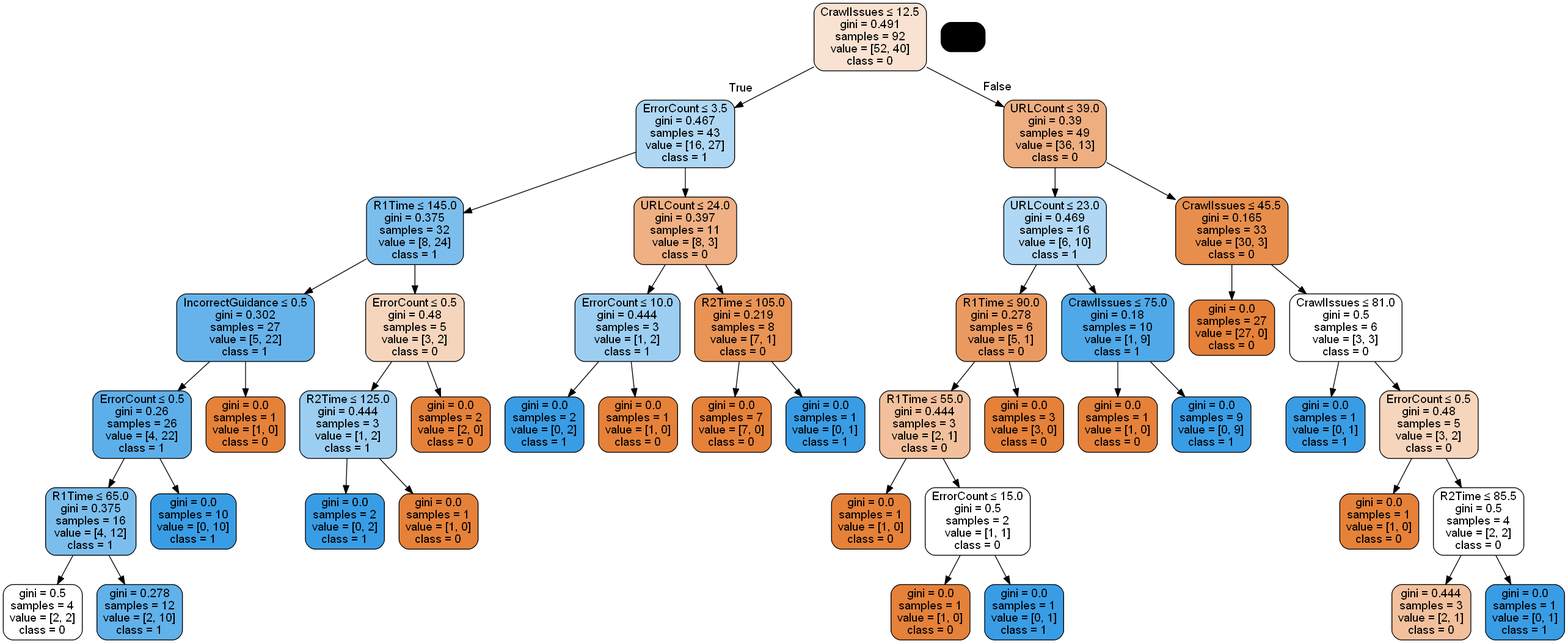
Above: tree.png in Yumil22/Curso_Python (Graphviz), before the change. Its source is kept beside it as tree.dot.
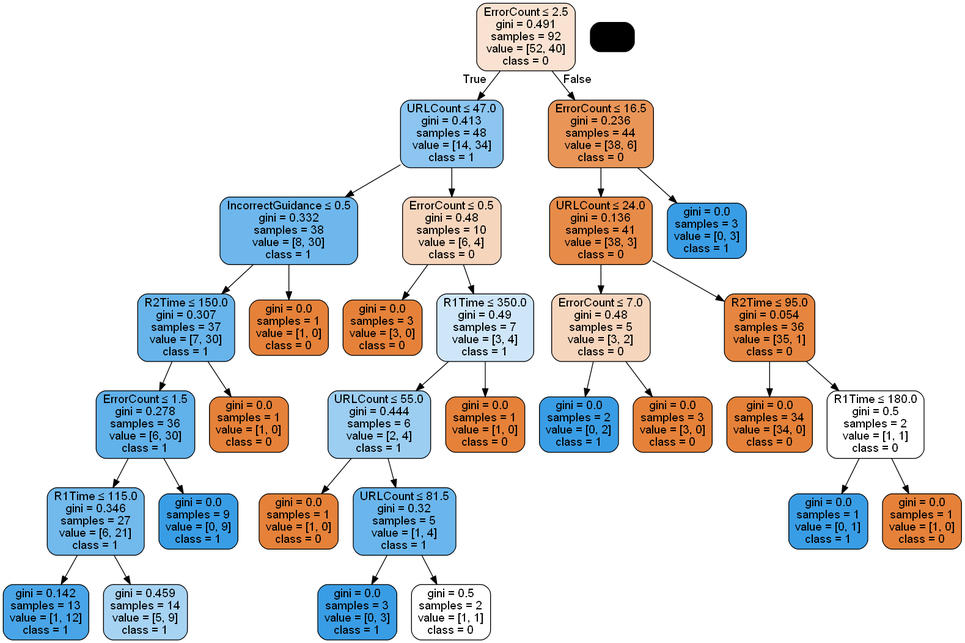
After the commit.

Diff of the diagram source:
```diff
@@ -1,100 +1,64 @@
 digraph Tree {
 node [shape=box] ;
-0 [label="URLCount <= 35.0\ngini = 0.491\nsamples = 92\nvalue = [52, 40]"] ;
-1 [label="R1Time <= 129.5\ngini = 0.429\nsamples = 45\nvalue = [14, 31]"] ;
+0 [label="ErrorCount <= 2.5\ngini = 0.491\nsamples = 92\nvalue = [52, 40]"] ;
+1 [label="URLCount <= 47.0\ngini = 0.413\nsamples = 48\nvalue = [14, 34]"] ;
 0 -> 1 [labeldistance=2.5, labelangle=45, headlabel="True"] ;
-2 [label="R1Time <= 115.0\ngini = 0.487\nsamples = 31\nvalue = [13, 18]"] ;
+2 [label="IncorrectGuidance <= 0.5\ngini = 0.332\nsamples = 38\nvalue = [8, 30]"] ;
 1 -> 2 ;
-3 [label="R2Time <= 35.0\ngini = 0.388\nsamples = 19\nvalue = [5, 14]"] ;
+3 [label="R2Time <= 150.0\ngini = 0.307\nsamples = 37\nvalue = [7, 30]"] ;
 2 -> 3 ;
-4 [label="URLCount <= 20.5\ngini = 0.49\nsamples = 7\nvalue = [4, 3]"] ;
+4 [label="ErrorCount <= 1.5\ngini = 0.278\nsamples = 36\nvalue = [6, 30]"] ;
 3 -> 4 ;
-5 [label="gini = 0.0\nsamples = 3\nvalue = [3, 0]"] ;
+5 [label="R1Time <= 115.0\ngini = 0.346\nsamples = 27\nvalue = [6, 21]"] ;
 4 -> 5 ;
-6 [label="ErrorCount <= 2.0\ngini = 0.375\nsamples = 4\nvalue = [1, 3]"] ;
-4 -> 6 ;
-7 [label="gini = 0.0\nsamples = 3\nvalue = [0, 3]"] ;
-6 -> 7 ;
-8 [label="gini = 0.0\nsamples = 1\nvalue = [1, 0]"] ;
-6 -> 8 ;
-9 [label="R1Time <= 95.0\ngini = 0.153\nsamples = 12\nvalue = [1, 11]"] ;
+6 [label="gini = 0.142\nsamples = 13\nvalue = [1, 12]"] ;
+5 -> 6 ;
+7 [label="gini = 0.459\nsamples = 14\nvalue = [5, 9]"] ;
+5 -> 7 ;
+8 [label="gini = 0.0\nsamples = 9\nvalue = [0, 9]"] ;
+4 -> 8 ;
+9 [label="gini = 0.0\nsamples = 1\nvalue = [1, 0]"] ;
 3 -> 9 ;
-10 [label="gini = 0.0\nsamples = 7\nvalue = [0, 7]"] ;
-9 -> 10 ;
-11 [label="URLCount <= 33.0\ngini = 0.32\nsamples = 5\nvalue = [1, 4]"] ;
-9 -> 11 ;
-12 [label="gini = 0.0\nsamples = 4\nvalue = [0, 4]"] ;
+10 [label="gini = 0.0\nsamples = 1\nvalue = [1, 0]"] ;
+2 -> 10 ;
+11 [label="ErrorCount <= 0.5\ngini = 0.48\nsamples = 10\nvalue = [6, 4]"] ;
+1 -> 11 ;
+12 [label="gini = 0.0\nsamples = 3\nvalue = [3, 0]"] ;
 11 -> 12 ;
-13 [label="gini = 0.0\nsamples = 1\nvalue = [1, 0]"] ;
+13 [label="R1Time <= 350.0\ngini = 0.49\nsamples = 7\nvalue = [3, 4]"] ;
 11 -> 13 ;
-14 [label="ErrorCount <= 4.5\ngini = 0.444\nsamples = 12\nvalue = [8, 4]"] ;
-2 -> 14 ;
-15 [label="R2Time <= 80.0\ngini = 0.5\nsamples = 8\nvalue = [4, 4]"] ;
+14 [label="URLCount <= 55.0\ngini = 0.444\nsamples = 6\nvalue = [2, 4]"] ;
+13 -> 14 ;
+15 [label="gini = 0.0\nsamples = 1\nvalue = [1, 0]"] ;
 14 -> 15 ;
-16 [label="URLCount <= 21.0\ngini = 0.49\nsamples = 7\nvalue = [3, 4]"] ;
-15 -> 16 ;
-17 [label="gini = 0.0\nsamples = 2\nvalue = [0, 2]"] ;
+16 [label="URLCount <= 81.5\ngini = 0.32\nsamples = 5\nvalue = [1, 4]"] ;
+14 -> 16 ;
+17 [label="gini = 0.0\nsamples = 3\nvalue = [0, 3]"] ;
 16 -> 17 ;
-18 [label="gini = 0.48\nsamples = 5\nvalue = [3, 2]"] ;
+18 [label="gini = 0.5\nsamples = 2\nvalue = [1, 1]"] ;
 16 -> 18 ;
 19 [label="gini = 0.0\nsamples = 1\nvalue = [1, 0]"] ;
-15 -> 19 ;
-20 [label="gini = 0.0\nsamples = 4\nvalue = [4, 0]"] ;
-14 -> 20 ;
-21 [label="ErrorCount <= 1.0\ngini = 0.133\nsamples = 14\nvalue = [1, 13]"] ;
-1 -> 21 ;
-22 [label="URLCount <= 20.5\ngini = 0.444\nsamples = 3\nvalue = [1, 2]"] ;
+13 -> 19 ;
+20 [label="ErrorCount <= 16.5\ngini = 0.236\nsamples = 44\nvalue = [38, 6]"] ;
+0 -> 20 [labeldistance=2.5, labelangle=-45, headlabel="False"] ;
+21 [label="URLCount <= 24.0\ngini = 0.136\nsamples = 41\nvalue = [38, 3]"] ;
+20 -> 21 ;
+22 [label="ErrorCount <= 7.0\ngini = 0.48\nsamples = 5\nvalue = [3, 2]"] ;
 21 -> 22 ;
-23 [label="gini = 0.0\nsamples = 1\nvalue = [1, 0]"] ;
+23 [label="gini = 0.0\nsamples = 2\nvalue = [0, 2]"] ;
 22 -> 23 ;
-24 [label="gini = 0.0\nsamples = 2\nvalue = [0, 2]"] ;
+24 [label="gini = 0.0\nsamples = 3\nvalue = [3, 0]"] ;
 22 -> 24 ;
-25 [label="gini = 0.0\nsamples = 11\nvalue = [0, 11]"] ;
+25 [label="R2Time <= 95.0\ngini = 0.054\nsamples = 36\nvalue = [35, 1]"] ;
 21 -> 25 ;
-26 [label="ErrorCount <= 2.5\ngini = 0.31\nsamples = 47\nvalue = [38, 9]"] ;
-0 -> 26 [labeldistance=2.5, labelangle=-45, headlabel="False"] ;
-27 [label="CrawlIssues <= 33.0\ngini = 0.5\nsamples = 16\nvalue = [8, 8]"] ;
-26 -> 27 ;
-28 [label="R2Time <= 22.5\ngini = 0.469\nsamples = 8\nvalue = [5, 3]"] ;
+26 [label="gini = 0.0\nsamples = 34\nvalue = [34, 0]"] ;
+25 -> 26 ;
+27 [label="R1Time <= 180.0\ngini = 0.5\nsamples = 2\nvalue = [1, 1]"] ;
+25 -> 27 ;
+28 [label="gini = 0.0\nsamples = 1\nvalue = [0, 1]"] ;
 27 -> 28 ;
-29 [label="gini = 0.0\nsamples = 1\nvalue = [0, 1]"] ;
-28 -> 29 ;
-30 [label="R2Time <= 55.5\ngini = 0.408\nsamples = 7\nvalue = [5, 2]"] ;
-28 -> 30 ;
-31 [label="gini = 0.0\nsamples = 2\nvalue = [2, 0]"] ;
-30 -> 31 ;
-32 [label="R1Time <= 159.5\ngini = 0.48\nsamples = 5\nvalue = [3, 2]"] ;
-30 -> 32 ;
-33 [label="gini = 0.444\nsamples = 3\nvalue = [1, 2]"] ;
-32 -> 33 ;
-34 [label="gini = 0.0\nsamples = 2\nvalue = [2, 0]"] ;
-32 -> 34 ;
-35 [label="ErrorCount <= 1.5\ngini = 0.469\nsamples = 8\nvalue = [3, 5]"] ;
-27 -> 35 ;
-36 [label="URLCount <= 83.5\ngini = 0.32\nsamples = 5\nvalue = [1, 4]"] ;
-35 -> 36 ;
-37 [label="gini = 0.0\nsamples = 4\nvalue = [0, 4]"] ;
-36 -> 37 ;
-38 [label="gini = 0.0\nsamples = 1\nvalue = [1, 0]"] ;
-36 -> 38 ;
-39 [label="URLCount <= 66.0\ngini = 0.444\nsamples = 3\nvalue = [2, 1]"] ;
-35 -> 39 ;
-40 [label="gini = 0.0\nsamples = 1\nvalue = [1, 0]"] ;
-39 -> 40 ;
-41 [label="CrawlIssues <= 98.0\ngini = 0.5\nsamples = 2\nvalue = [1, 1]"] ;
-39 -> 41 ;
-42 [label="gini = 0.0\nsamples = 1\nvalue = [1, 0]"] ;
-41 -> 42 ;
-43 [label="gini = 0.0\nsamples = 1\nvalue = [0, 1]"] ;
-41 -> 43 ;
-44 [label="R2Time <= 95.0\ngini = 0.062\nsamples = 31\nvalue = [30, 1]"] ;
-26 -> 44 ;
-45 [label="gini = 0.0\nsamples = 29\nvalue = [29, 0]"] ;
-44 -> 45 ;
-46 [label="R2Time <= 115.0\ngini = 0.5\nsamples = 2\nvalue = [1, 1]"] ;
-44 -> 46 ;
-47 [label="gini = 0.0\nsamples = 1\nvalue = [0, 1]"] ;
-46 -> 47 ;
-48 [label="gini = 0.0\nsamples = 1\nvalue = [1, 0]"] ;
-46 -> 48 ;
+29 [label="gini = 0.0\nsamples = 1\nvalue = [1, 0]"] ;
+27 -> 29 ;
+30 [label="gini = 0.0\nsamples = 3\nvalue = [0, 3]"] ;
+20 -> 30 ;
 }
```
